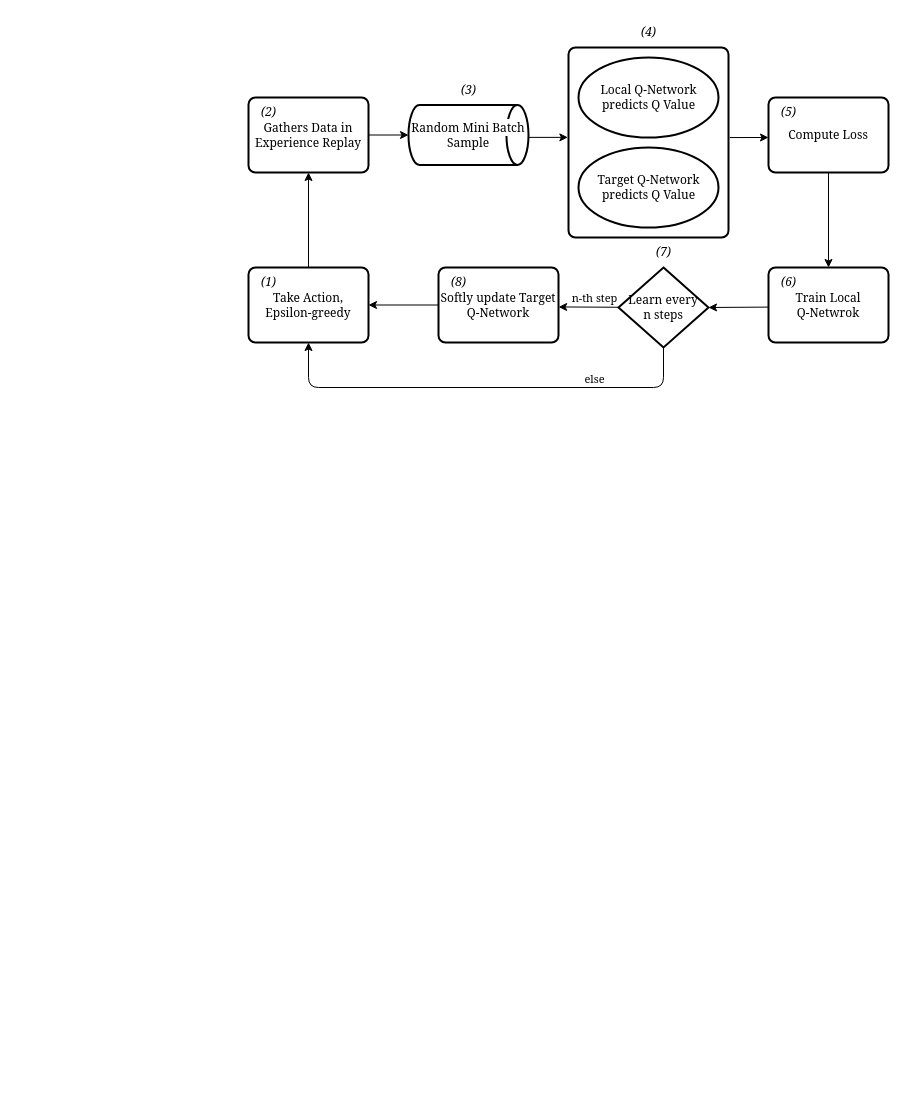
The draw.io diagram doc/dql_flow.dio in fix1t/SmartTemp-RL, before the edit. Source tidied: cells renumbered, new cells numbered last; positions are measured from the earlier drawing's top-left corner, leaving out a move shared by most shapes. Both pictures are drawn from the tidied source at 100%, with x=0, y=0 at pixel (248, 17).
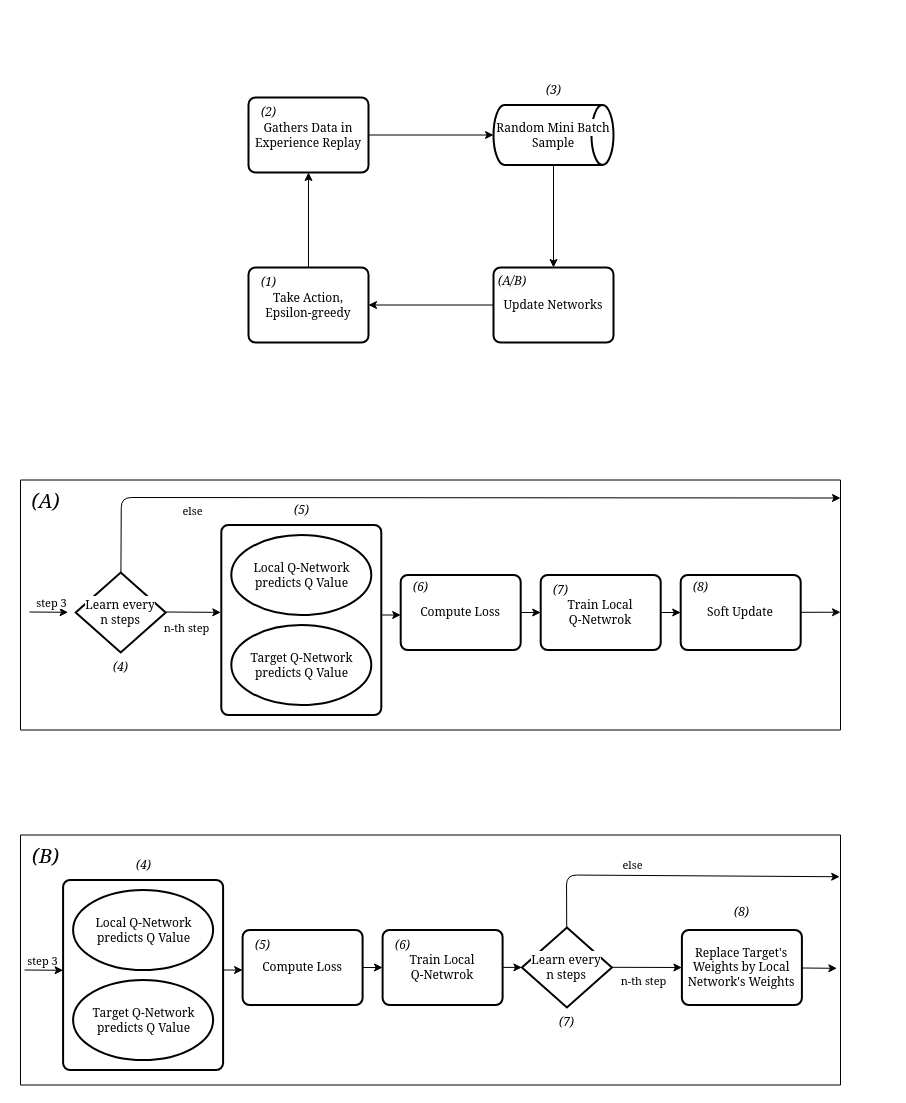
The same page after the edit.

Commit message:
fix sof/periodic netw. update

Unchanged cells that the change refers to:
```xml
<mxCell id="22" value="Take Action, &lt;br&gt;Epsilon-greedy" style="rounded=1;whiteSpace=wrap;html=1;absoluteArcSize=1;arcSize=14;strokeWidth=2;strokeColor=default;fontFamily=Georgia;" parent="1" vertex="1">
  <mxGeometry y="250" width="120" height="75" as="geometry" />
</mxCell>
```

Diff of the diagram source:
```diff
@@
-    <mxCell id="2" style="edgeStyle=none;html=1;exitX=1.008;exitY=0.474;exitDx=0;exitDy=0;exitPerimeter=0;fontFamily=Georgia;" parent="1" edge="1" source="3">
-      <mxGeometry relative="1" as="geometry">
-        <mxPoint x="520" y="120" as="targetPoint" />
-      </mxGeometry>
-    </mxCell>
-    <mxCell id="3" style="rounded=1;whiteSpace=wrap;html=1;absoluteArcSize=1;arcSize=14;strokeWidth=2;strokeColor=default;fontFamily=Georgia;" parent="1" vertex="1">
-      <mxGeometry x="320" y="30" width="160" height="190" as="geometry" />
-    </mxCell>
-    <mxCell id="4" style="edgeStyle=none;html=1;entryX=-0.004;entryY=0.473;entryDx=0;entryDy=0;entryPerimeter=0;exitX=1;exitY=0.54;exitDx=0;exitDy=0;exitPerimeter=0;fontFamily=Georgia;" parent="1" edge="1" source="5" target="3">
-      <mxGeometry relative="1" as="geometry" />
-    </mxCell>
+    <mxCell id="31" style="edgeStyle=none;html=1;entryX=0.5;entryY=0;entryDx=0;entryDy=0;" parent="1" edge="1" source="5" target="57">
+      <mxGeometry relative="1" as="geometry" />
+    </mxCell>
     <mxCell id="5" value="&lt;span style=&quot;background-color: rgb(255, 255, 255);&quot;&gt;Random Mini Batch Sample&lt;/span&gt;" style="strokeWidth=2;html=1;shape=mxgraph.flowchart.direct_data;whiteSpace=wrap;fontFamily=Georgia;" parent="1" vertex="1">
-      <mxGeometry x="160" y="87.5" width="120" height="60" as="geometry" />
+      <mxGeometry x="245" y="87.5" width="120" height="60" as="geometry" />
     </mxCell>
-    <mxCell id="6" value="Target Q-Network &lt;br&gt;predicts Q Value" style="shape=ellipse;html=1;dashed=0;whitespace=wrap;perimeter=ellipsePerimeter;strokeWidth=2;strokeColor=default;fontFamily=Georgia;" parent="1" vertex="1">
-      <mxGeometry x="330" y="130" width="140" height="80" as="geometry" />
-    </mxCell>
-    <mxCell id="7" value="Local Q-Network &lt;br&gt;predicts Q Value" style="shape=ellipse;html=1;dashed=0;whitespace=wrap;perimeter=ellipsePerimeter;strokeWidth=2;strokeColor=default;fontFamily=Georgia;" parent="1" vertex="1">
-      <mxGeometry x="330" y="40" width="140" height="80" as="geometry" />
-    </mxCell>
-    <mxCell id="8" style="edgeStyle=none;html=1;entryX=0.5;entryY=1;entryDx=0;entryDy=0;fontFamily=Georgia;" parent="1" edge="1" source="12" target="22">
-      <mxGeometry relative="1" as="geometry">
-        <Array as="points">
-          <mxPoint x="415" y="370" />
-          <mxPoint x="60" y="370" />
-        </Array>
-      </mxGeometry>
-    </mxCell>
-    <mxCell id="9" value="else" style="edgeLabel;html=1;align=center;verticalAlign=middle;fontFamily=Georgia;" parent="8" vertex="1">
-      <mxGeometry x="-0.53" y="1" relative="1" as="geometry">
-        <mxPoint x="-7" y="-11" as="offset" />
-      </mxGeometry>
-    </mxCell>
-    <mxCell id="10" style="edgeStyle=none;html=1;entryX=1.001;entryY=0.526;entryDx=0;entryDy=0;entryPerimeter=0;fontFamily=Georgia;" parent="1" edge="1" source="12" target="18">
-      <mxGeometry relative="1" as="geometry" />
-    </mxCell>
-    <mxCell id="11" value="n-th step" style="edgeLabel;html=1;align=center;verticalAlign=middle;fontFamily=Georgia;" parent="10" vertex="1">
-      <mxGeometry x="-0.22" relative="1" as="geometry">
-        <mxPoint x="-2" y="-10" as="offset" />
-      </mxGeometry>
-    </mxCell>
-    <mxCell id="12" value="Learn every&lt;br&gt;n steps" style="strokeWidth=2;html=1;shape=mxgraph.flowchart.decision;whiteSpace=wrap;strokeColor=default;fontFamily=Georgia;" parent="1" vertex="1">
-      <mxGeometry x="370" y="250" width="90" height="80" as="geometry" />
-    </mxCell>
-    <mxCell id="13" style="edgeStyle=none;html=1;entryX=0.5;entryY=0;entryDx=0;entryDy=0;fontFamily=Georgia;" parent="1" edge="1" source="14" target="16">
-      <mxGeometry relative="1" as="geometry" />
-    </mxCell>
-    <mxCell id="14" value="&lt;span style=&quot;&quot;&gt;Compute Loss&lt;/span&gt;" style="rounded=1;whiteSpace=wrap;html=1;absoluteArcSize=1;arcSize=14;strokeWidth=2;strokeColor=default;fontFamily=Georgia;" parent="1" vertex="1">
-      <mxGeometry x="520" y="80" width="120" height="75" as="geometry" />
-    </mxCell>
-    <mxCell id="15" style="edgeStyle=none;html=1;entryX=1;entryY=0.5;entryDx=0;entryDy=0;entryPerimeter=0;exitX=-0.003;exitY=0.528;exitDx=0;exitDy=0;exitPerimeter=0;fontFamily=Georgia;" parent="1" edge="1" source="16" target="12">
-      <mxGeometry relative="1" as="geometry" />
-    </mxCell>
-    <mxCell id="16" value="&lt;span style=&quot;&quot;&gt;Train Local&lt;br&gt;Q-Netwrok&lt;/span&gt;" style="rounded=1;whiteSpace=wrap;html=1;absoluteArcSize=1;arcSize=14;strokeWidth=2;strokeColor=default;fontFamily=Georgia;" parent="1" vertex="1">
-      <mxGeometry x="520" y="250" width="120" height="75" as="geometry" />
-    </mxCell>
-    <mxCell id="17" style="edgeStyle=none;html=1;entryX=1;entryY=0.5;entryDx=0;entryDy=0;fontFamily=Georgia;" parent="1" edge="1" source="18" target="22">
+    <mxCell id="17" style="edgeStyle=none;html=1;entryX=1;entryY=0.5;entryDx=0;entryDy=0;fontFamily=Georgia;exitX=0;exitY=0.5;exitDx=0;exitDy=0;" parent="1" edge="1" source="57" target="22">
       <mxGeometry relative="1" as="geometry" />
     </mxCell>
-    <mxCell id="18" value="&lt;span style=&quot;&quot;&gt;Softly update Target&lt;/span&gt;&lt;br style=&quot;border-color: var(--border-color);&quot;&gt;&lt;span style=&quot;&quot;&gt;Q-Network&lt;/span&gt;" style="rounded=1;whiteSpace=wrap;html=1;absoluteArcSize=1;arcSize=14;strokeWidth=2;strokeColor=default;fontFamily=Georgia;" parent="1" vertex="1">
-      <mxGeometry x="190" y="250" width="120" height="75" as="geometry" />
-    </mxCell>
@@
-    <mxCell id="24" value="(4)" style="text;html=1;align=center;verticalAlign=middle;strokeColor=none;fillColor=none;fontFamily=Georgia;fontStyle=2;" parent="1" vertex="1">
-      <mxGeometry x="380" width="40" height="30" as="geometry" />
-    </mxCell>
     <mxCell id="25" value="(3)" style="text;html=1;align=center;verticalAlign=middle;strokeColor=none;fillColor=none;fontFamily=Georgia;fontStyle=2;" parent="1" vertex="1">
-      <mxGeometry x="200" y="57.5" width="40" height="30" as="geometry" />
+      <mxGeometry x="285" y="57.5" width="40" height="30" as="geometry" />
     </mxCell>
-    <mxCell id="26" value="(5)" style="text;html=1;align=center;verticalAlign=middle;strokeColor=none;fillColor=none;fontFamily=Georgia;fontStyle=2;" parent="1" vertex="1">
-      <mxGeometry x="520" y="80" width="40" height="30" as="geometry" />
-    </mxCell>
@@
-    <mxCell id="28" value="(6)" style="text;html=1;align=center;verticalAlign=middle;strokeColor=none;fillColor=none;fontFamily=Georgia;fontStyle=2;" parent="1" vertex="1">
-      <mxGeometry x="520" y="250" width="40" height="30" as="geometry" />
-    </mxCell>
-    <mxCell id="29" value="(8)" style="text;html=1;align=center;verticalAlign=middle;strokeColor=none;fillColor=none;fontFamily=Georgia;fontStyle=2;" parent="1" vertex="1">
-      <mxGeometry x="190" y="250" width="40" height="30" as="geometry" />
-    </mxCell>
-    <mxCell id="30" value="(7)" style="text;html=1;align=center;verticalAlign=middle;strokeColor=none;fillColor=none;fontFamily=Georgia;fontStyle=2;" parent="1" vertex="1">
-      <mxGeometry x="395" y="220" width="40" height="30" as="geometry" />
-    </mxCell>
+    <mxCell id="32" style="swimlane;startSize=0;fillColor=#FFFFFF;" parent="1" vertex="1">
+      <mxGeometry x="-228" y="462.5" width="820" height="250" as="geometry" />
+    </mxCell>
+    <mxCell id="33" style="edgeStyle=none;html=1;startArrow=none;startFill=0;endArrow=classic;endFill=1;" parent="32" edge="1" source="35">
+      <mxGeometry relative="1" as="geometry">
+        <mxPoint x="820" y="18" as="targetPoint" />
+        <Array as="points">
+          <mxPoint x="100.8" y="17.5" />
+        </Array>
+      </mxGeometry>
+    </mxCell>
+    <mxCell id="34" value="&lt;span style=&quot;font-family: Georgia;&quot;&gt;else&lt;/span&gt;" style="edgeLabel;html=1;align=center;verticalAlign=middle;" parent="33" vertex="1">
+      <mxGeometry x="-0.73" y="-1" relative="1" as="geometry">
+        <mxPoint x="39" y="12" as="offset" />
+      </mxGeometry>
+    </mxCell>
+    <mxCell id="35" value="&lt;span style=&quot;background-color: rgb(255, 255, 255);&quot;&gt;Learn every&lt;br&gt;n steps&lt;/span&gt;" style="strokeWidth=2;html=1;shape=mxgraph.flowchart.decision;whiteSpace=wrap;strokeColor=default;fontFamily=Georgia;" parent="32" vertex="1">
+      <mxGeometry x="55.2" y="92.5" width="90" height="80" as="geometry" />
+    </mxCell>
+    <mxCell id="36" style="edgeStyle=none;html=1;entryX=1.001;entryY=0.526;entryDx=0;entryDy=0;entryPerimeter=0;fontFamily=Georgia;endArrow=none;endFill=0;startArrow=classic;startFill=1;exitX=-0.003;exitY=0.46;exitDx=0;exitDy=0;exitPerimeter=0;" parent="32" edge="1" source="41">
+      <mxGeometry relative="1" as="geometry">
+        <mxPoint x="145.2" y="132" as="targetPoint" />
+      </mxGeometry>
+    </mxCell>
+    <mxCell id="37" value="n-th step" style="edgeLabel;html=1;align=center;verticalAlign=middle;fontFamily=Georgia;" parent="36" vertex="1">
+      <mxGeometry x="-0.22" relative="1" as="geometry">
+        <mxPoint x="-14" y="15" as="offset" />
+      </mxGeometry>
+    </mxCell>
+    <mxCell id="38" value="Soft Update&lt;br&gt;" style="rounded=1;whiteSpace=wrap;html=1;absoluteArcSize=1;arcSize=14;strokeWidth=2;strokeColor=default;fontFamily=Georgia;" parent="32" vertex="1">
+      <mxGeometry x="660.2" y="95" width="120" height="75" as="geometry" />
+    </mxCell>
+    <mxCell id="39" style="edgeStyle=none;html=1;startArrow=none;startFill=0;endArrow=classic;endFill=1;" parent="32" edge="1" source="40" target="38">
+      <mxGeometry relative="1" as="geometry" />
+    </mxCell>
+    <mxCell id="40" value="&lt;span style=&quot;&quot;&gt;Train Local&lt;br&gt;Q-Netwrok&lt;/span&gt;" style="rounded=1;whiteSpace=wrap;html=1;absoluteArcSize=1;arcSize=14;strokeWidth=2;strokeColor=default;fontFamily=Georgia;" parent="32" vertex="1">
+      <mxGeometry x="520.2" y="95" width="120" height="75" as="geometry" />
+    </mxCell>
+    <mxCell id="41" style="rounded=1;whiteSpace=wrap;html=1;absoluteArcSize=1;arcSize=14;strokeWidth=2;strokeColor=default;fontFamily=Georgia;" parent="32" vertex="1">
+      <mxGeometry x="200.8" y="45" width="160" height="190" as="geometry" />
+    </mxCell>
+    <mxCell id="42" value="Target Q-Network &lt;br&gt;predicts Q Value" style="shape=ellipse;html=1;dashed=0;whitespace=wrap;perimeter=ellipsePerimeter;strokeWidth=2;strokeColor=default;fontFamily=Georgia;" parent="32" vertex="1">
+      <mxGeometry x="210.8" y="145" width="140" height="80" as="geometry" />
+    </mxCell>
+    <mxCell id="43" value="Local Q-Network &lt;br&gt;predicts Q Value" style="shape=ellipse;html=1;dashed=0;whitespace=wrap;perimeter=ellipsePerimeter;strokeWidth=2;strokeColor=default;fontFamily=Georgia;" parent="32" vertex="1">
+      <mxGeometry x="210.8" y="55" width="140" height="80" as="geometry" />
+    </mxCell>
+    <mxCell id="44" style="edgeStyle=none;html=1;startArrow=none;startFill=0;endArrow=classic;endFill=1;" parent="32" edge="1" source="45" target="40">
+      <mxGeometry relative="1" as="geometry" />
+    </mxCell>
+    <mxCell id="45" value="&lt;span style=&quot;&quot;&gt;Compute Loss&lt;/span&gt;" style="rounded=1;whiteSpace=wrap;html=1;absoluteArcSize=1;arcSize=14;strokeWidth=2;strokeColor=default;fontFamily=Georgia;" parent="32" vertex="1">
+      <mxGeometry x="380.2" y="95" width="120" height="75" as="geometry" />
+    </mxCell>
+    <mxCell id="46" value="(4)" style="text;html=1;align=center;verticalAlign=middle;strokeColor=none;fillColor=none;fontFamily=Georgia;fontStyle=2;" parent="32" vertex="1">
+      <mxGeometry x="80.2" y="172.5" width="40" height="30" as="geometry" />
+    </mxCell>
+    <mxCell id="47" value="(5)" style="text;html=1;align=center;verticalAlign=middle;strokeColor=none;fillColor=none;fontFamily=Georgia;fontStyle=2;" parent="32" vertex="1">
+      <mxGeometry x="260.8" y="15" width="40" height="30" as="geometry" />
+    </mxCell>
+    <mxCell id="48" style="edgeStyle=none;html=1;fontFamily=Georgia;endArrow=none;endFill=0;startArrow=classic;startFill=1;" parent="32" edge="1">
+      <mxGeometry relative="1" as="geometry">
+        <mxPoint x="47.6" y="132.3" as="sourcePoint" />
+        <mxPoint x="9" y="132" as="targetPoint" />
+      </mxGeometry>
+    </mxCell>
+    <mxCell id="49" value="step 3" style="edgeLabel;html=1;align=center;verticalAlign=middle;fontFamily=Georgia;" parent="48" vertex="1">
+      <mxGeometry x="-0.22" relative="1" as="geometry">
+        <mxPoint x="-2" y="-10" as="offset" />
+      </mxGeometry>
+    </mxCell>
+    <mxCell id="50" style="edgeStyle=none;html=1;startArrow=none;startFill=0;endArrow=classic;endFill=1;" parent="32" edge="1">
+      <mxGeometry relative="1" as="geometry">
+        <mxPoint x="360.2" y="135" as="sourcePoint" />
+        <mxPoint x="380.2" y="135" as="targetPoint" />
+      </mxGeometry>
+    </mxCell>
+    <mxCell id="51" style="edgeStyle=none;html=1;startArrow=none;startFill=0;endArrow=classic;endFill=1;entryX=1;entryY=0.529;entryDx=0;entryDy=0;entryPerimeter=0;" parent="32" edge="1" target="32">
+      <mxGeometry relative="1" as="geometry">
+        <mxPoint x="780.2" y="132.3" as="sourcePoint" />
+      </mxGeometry>
+    </mxCell>
+    <mxCell id="52" value="(6)" style="text;html=1;align=center;verticalAlign=middle;strokeColor=none;fillColor=none;fontFamily=Georgia;fontStyle=2;" parent="32" vertex="1">
+      <mxGeometry x="380.2" y="92.5" width="40" height="30" as="geometry" />
+    </mxCell>
+    <mxCell id="53" value="(7)" style="text;html=1;align=center;verticalAlign=middle;strokeColor=none;fillColor=none;fontFamily=Georgia;fontStyle=2;" parent="32" vertex="1">
+      <mxGeometry x="520.2" y="95" width="40" height="30" as="geometry" />
+    </mxCell>
+    <mxCell id="54" value="(8)" style="text;html=1;align=center;verticalAlign=middle;strokeColor=none;fillColor=none;fontFamily=Georgia;fontStyle=2;" parent="32" vertex="1">
+      <mxGeometry x="660.2" y="92.5" width="40" height="30" as="geometry" />
+    </mxCell>
+    <mxCell id="55" value="&lt;font style=&quot;font-size: 20px;&quot;&gt;(A)&lt;/font&gt;" style="text;html=1;align=center;verticalAlign=middle;strokeColor=none;fillColor=none;fontFamily=Georgia;fontStyle=2;" parent="32" vertex="1">
+      <mxGeometry width="50" height="40" as="geometry" />
+    </mxCell>
+    <mxCell id="56" style="edgeStyle=none;html=1;exitX=0.5;exitY=0;exitDx=0;exitDy=0;entryX=0.5;entryY=0;entryDx=0;entryDy=0;" parent="1" edge="1" source="57" target="57">
+      <mxGeometry relative="1" as="geometry" />
+    </mxCell>
+    <mxCell id="57" value="Update Networks" style="rounded=1;whiteSpace=wrap;html=1;absoluteArcSize=1;arcSize=14;strokeWidth=2;strokeColor=default;fontFamily=Georgia;" parent="1" vertex="1">
+      <mxGeometry x="245" y="250" width="120" height="75" as="geometry" />
+    </mxCell>
+    <mxCell id="58" value="&lt;span style=&quot;color: rgb(0, 0, 0); font-family: Georgia; font-size: 12px; font-style: italic; font-variant-ligatures: normal; font-variant-caps: normal; font-weight: 400; letter-spacing: normal; orphans: 2; text-align: center; text-indent: 0px; text-transform: none; widows: 2; word-spacing: 0px; -webkit-text-stroke-width: 0px; background-color: rgb(251, 251, 251); text-decoration-thickness: initial; text-decoration-style: initial; text-decoration-color: initial; float: none; display: inline !important;&quot;&gt;(A/B)&lt;/span&gt;" style="text;whiteSpace=wrap;html=1;" parent="1" vertex="1">
+      <mxGeometry x="247.5" y="250" width="50" height="40" as="geometry" />
+    </mxCell>
+    <mxCell id="59" style="swimlane;startSize=0;fontStyle=0;" parent="1" vertex="1">
+      <mxGeometry x="-228" y="817.5" width="820" height="250" as="geometry" />
+    </mxCell>
+    <mxCell id="60" style="edgeStyle=none;html=1;fontFamily=Georgia;endArrow=none;endFill=0;startArrow=classic;startFill=1;" parent="59" edge="1">
+      <mxGeometry relative="1" as="geometry">
+        <mxPoint x="42.6" y="135.3" as="sourcePoint" />
+        <mxPoint x="4" y="135" as="targetPoint" />
+      </mxGeometry>
+    </mxCell>
+    <mxCell id="61" value="step 3" style="edgeLabel;html=1;align=center;verticalAlign=middle;fontFamily=Georgia;labelBackgroundColor=none;" parent="60" vertex="1">
+      <mxGeometry x="-0.22" relative="1" as="geometry">
+        <mxPoint x="-6" y="-10" as="offset" />
+      </mxGeometry>
+    </mxCell>
+    <mxCell id="62" value="&lt;span style=&quot;&quot;&gt;Train Local&lt;br&gt;Q-Netwrok&lt;/span&gt;" style="rounded=1;whiteSpace=wrap;html=1;absoluteArcSize=1;arcSize=14;strokeWidth=2;strokeColor=default;fontFamily=Georgia;" parent="59" vertex="1">
+      <mxGeometry x="362.1" y="95" width="120" height="75" as="geometry" />
+    </mxCell>
+    <mxCell id="63" style="rounded=1;whiteSpace=wrap;html=1;absoluteArcSize=1;arcSize=14;strokeWidth=2;strokeColor=default;fontFamily=Georgia;" parent="59" vertex="1">
+      <mxGeometry x="42.6" y="45" width="160" height="190" as="geometry" />
+    </mxCell>
+    <mxCell id="64" value="Target Q-Network &lt;br&gt;predicts Q Value" style="shape=ellipse;html=1;dashed=0;whitespace=wrap;perimeter=ellipsePerimeter;strokeWidth=2;strokeColor=default;fontFamily=Georgia;" parent="59" vertex="1">
+      <mxGeometry x="52.6" y="145" width="140" height="80" as="geometry" />
+    </mxCell>
+    <mxCell id="65" value="Local Q-Network &lt;br&gt;predicts Q Value" style="shape=ellipse;html=1;dashed=0;whitespace=wrap;perimeter=ellipsePerimeter;strokeWidth=2;strokeColor=default;fontFamily=Georgia;" parent="59" vertex="1">
+      <mxGeometry x="52.6" y="55" width="140" height="80" as="geometry" />
+    </mxCell>
+    <mxCell id="66" style="edgeStyle=none;html=1;startArrow=none;startFill=0;endArrow=classic;endFill=1;" parent="59" edge="1" source="67" target="62">
+      <mxGeometry relative="1" as="geometry" />
+    </mxCell>
+    <mxCell id="67" value="&lt;span style=&quot;&quot;&gt;Compute Loss&lt;/span&gt;" style="rounded=1;whiteSpace=wrap;html=1;absoluteArcSize=1;arcSize=14;strokeWidth=2;strokeColor=default;fontFamily=Georgia;" parent="59" vertex="1">
+      <mxGeometry x="222.1" y="95" width="120" height="75" as="geometry" />
+    </mxCell>
+    <mxCell id="68" value="(4)" style="text;html=1;align=center;verticalAlign=middle;strokeColor=none;fillColor=none;fontFamily=Georgia;fontStyle=2;" parent="59" vertex="1">
+      <mxGeometry x="102.6" y="15" width="40" height="30" as="geometry" />
+    </mxCell>
+    <mxCell id="69" value="(5)" style="text;html=1;align=center;verticalAlign=middle;strokeColor=none;fillColor=none;fontFamily=Georgia;fontStyle=2;" parent="59" vertex="1">
+      <mxGeometry x="222.1" y="95" width="40" height="30" as="geometry" />
+    </mxCell>
+    <mxCell id="70" style="edgeStyle=none;html=1;startArrow=none;startFill=0;endArrow=classic;endFill=1;" parent="59" edge="1">
+      <mxGeometry relative="1" as="geometry">
+        <mxPoint x="202.1" y="135" as="sourcePoint" />
+        <mxPoint x="222.1" y="135" as="targetPoint" />
+      </mxGeometry>
+    </mxCell>
+    <mxCell id="71" style="edgeStyle=none;html=1;startArrow=none;startFill=0;endArrow=classic;endFill=1;entryX=0.999;entryY=0.167;entryDx=0;entryDy=0;entryPerimeter=0;" parent="59" edge="1" source="73" target="59">
+      <mxGeometry relative="1" as="geometry">
+        <Array as="points">
+          <mxPoint x="546" y="40" />
+        </Array>
+      </mxGeometry>
+    </mxCell>
+    <mxCell id="72" value="&lt;span style=&quot;font-family: Georgia;&quot;&gt;else&lt;/span&gt;" style="edgeLabel;html=1;align=center;verticalAlign=middle;" parent="71" vertex="1">
+      <mxGeometry x="-0.24" y="1" relative="1" as="geometry">
+        <mxPoint x="-6" y="-9" as="offset" />
+      </mxGeometry>
+    </mxCell>
+    <mxCell id="73" value="&lt;span style=&quot;background-color: rgb(255, 255, 255);&quot;&gt;Learn every&lt;br&gt;n steps&lt;/span&gt;" style="strokeWidth=2;html=1;shape=mxgraph.flowchart.decision;whiteSpace=wrap;strokeColor=default;fontFamily=Georgia;" parent="59" vertex="1">
+      <mxGeometry x="501.4" y="92.5" width="90" height="80" as="geometry" />
+    </mxCell>
+    <mxCell id="74" style="edgeStyle=none;html=1;startArrow=none;startFill=0;endArrow=classic;endFill=1;" parent="59" edge="1">
+      <mxGeometry relative="1" as="geometry">
+        <mxPoint x="481.4" y="132.4" as="sourcePoint" />
+        <mxPoint x="501.4" y="132.4" as="targetPoint" />
+      </mxGeometry>
+    </mxCell>
+    <mxCell id="75" style="edgeStyle=none;html=1;startArrow=none;startFill=0;endArrow=classic;endFill=1;" parent="59" edge="1" source="76">
+      <mxGeometry relative="1" as="geometry">
+        <mxPoint x="816.4" y="133.3" as="targetPoint" />
+      </mxGeometry>
+    </mxCell>
+    <mxCell id="76" value="Replace Target's Weights by Local Network's Weights" style="rounded=1;whiteSpace=wrap;html=1;absoluteArcSize=1;arcSize=14;strokeWidth=2;strokeColor=default;fontFamily=Georgia;" parent="59" vertex="1">
+      <mxGeometry x="661.4" y="95" width="120" height="75" as="geometry" />
+    </mxCell>
+    <mxCell id="77" style="edgeStyle=none;html=1;entryX=1.001;entryY=0.526;entryDx=0;entryDy=0;entryPerimeter=0;fontFamily=Georgia;endArrow=none;endFill=0;startArrow=classic;startFill=1;exitX=0;exitY=0.5;exitDx=0;exitDy=0;" parent="59" edge="1" source="76">
+      <mxGeometry relative="1" as="geometry">
+        <mxPoint x="591.4" y="132.3" as="targetPoint" />
+      </mxGeometry>
+    </mxCell>
+    <mxCell id="78" value="n-th step" style="edgeLabel;html=1;align=center;verticalAlign=middle;fontFamily=Georgia;" parent="77" vertex="1">
+      <mxGeometry x="-0.22" relative="1" as="geometry">
+        <mxPoint x="-12" y="13" as="offset" />
+      </mxGeometry>
+    </mxCell>
+    <mxCell id="79" value="&lt;font style=&quot;font-size: 20px;&quot;&gt;(B)&lt;/font&gt;" style="text;html=1;align=center;verticalAlign=middle;strokeColor=none;fillColor=none;fontFamily=Georgia;fontStyle=2;" parent="59" vertex="1">
+      <mxGeometry width="50" height="40" as="geometry" />
+    </mxCell>
+    <mxCell id="80" value="(6)" style="text;html=1;align=center;verticalAlign=middle;strokeColor=none;fillColor=none;fontFamily=Georgia;fontStyle=2;" parent="59" vertex="1">
+      <mxGeometry x="362.1" y="95" width="40" height="30" as="geometry" />
+    </mxCell>
+    <mxCell id="81" value="(7)" style="text;html=1;align=center;verticalAlign=middle;strokeColor=none;fillColor=none;fontFamily=Georgia;fontStyle=2;" parent="59" vertex="1">
+      <mxGeometry x="526.4" y="172.5" width="40" height="30" as="geometry" />
+    </mxCell>
+    <mxCell id="82" value="(8)" style="text;html=1;align=center;verticalAlign=middle;strokeColor=none;fillColor=none;fontFamily=Georgia;fontStyle=2;" parent="59" vertex="1">
+      <mxGeometry x="701.4" y="62.5" width="40" height="30" as="geometry" />
+    </mxCell>
```
